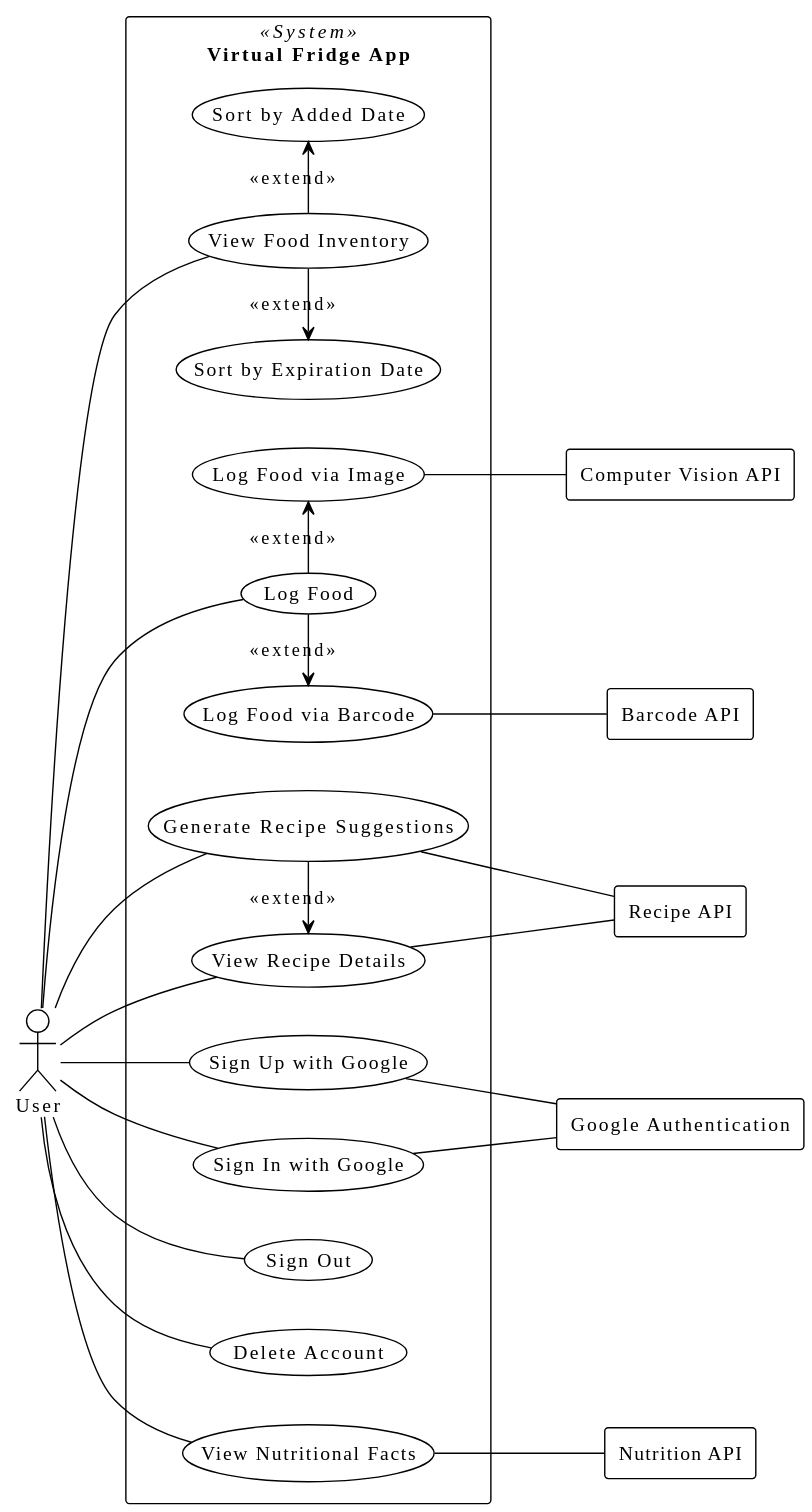
This is documentation/images/usecase.svg from virtualfridge/virtualfridge, a PlantUML export, as it was before one commit.
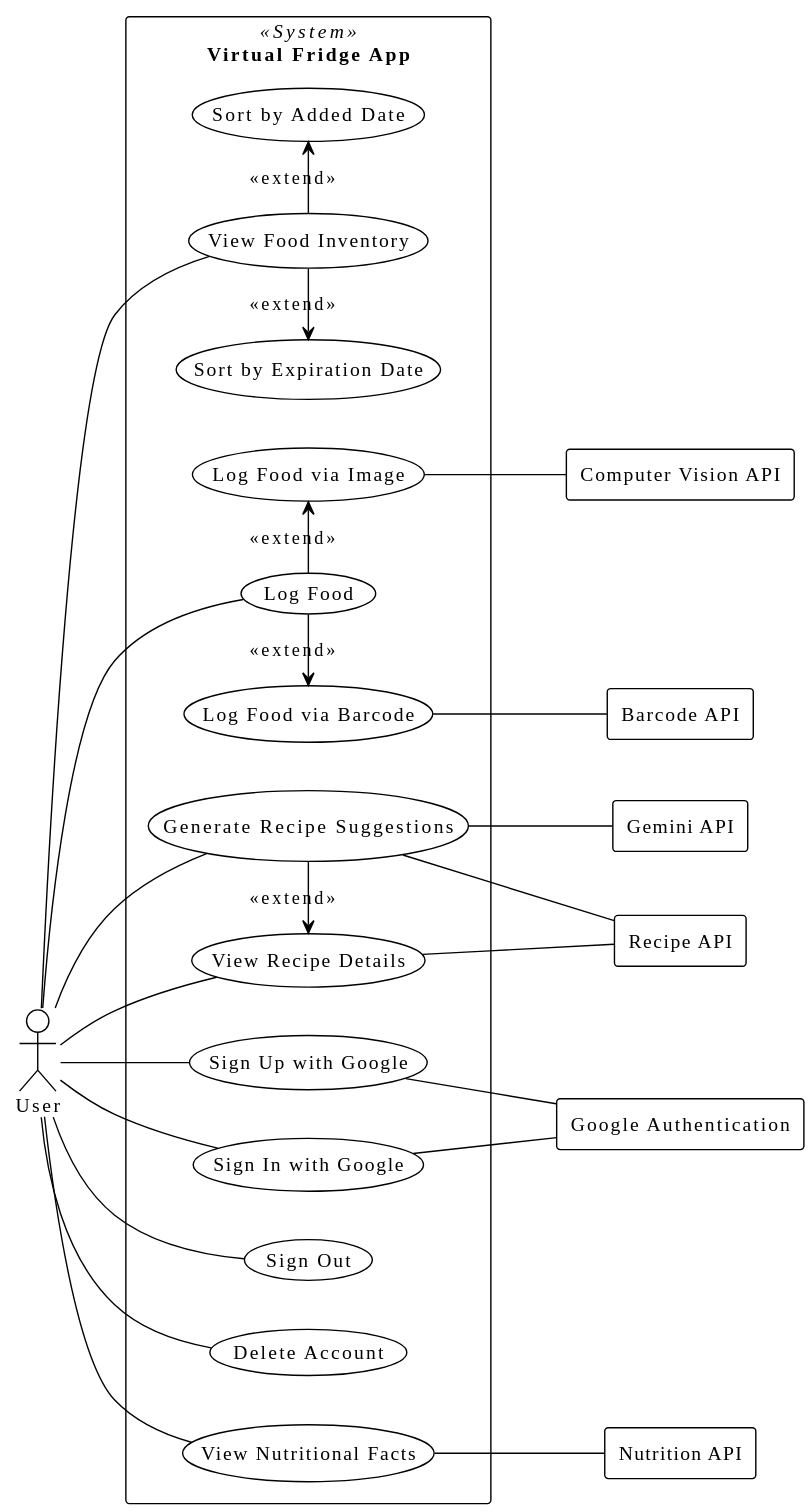
Later version of the same file.

Diff of the diagram source:
```diff
@@ -35,6 +35,7 @@
 rectangle recipeApi as "Recipe API"
 rectangle nutritionApi as "Nutrition API"
 rectangle ComputerVisionAPI as "Computer Vision API"
+rectangle GeminiAPI as "Gemini API"
 
 
 User -- signUp
@@ -51,6 +52,7 @@
 signIn -- googleAuth
 logBarcode -- barcodeApi
 genRecipes -- recipeApi
+genRecipes -- GeminiAPI
 viewRecipe -- recipeApi
 viewNutrition -- nutritionApi
 logImage -- ComputerVisionAPI
```
